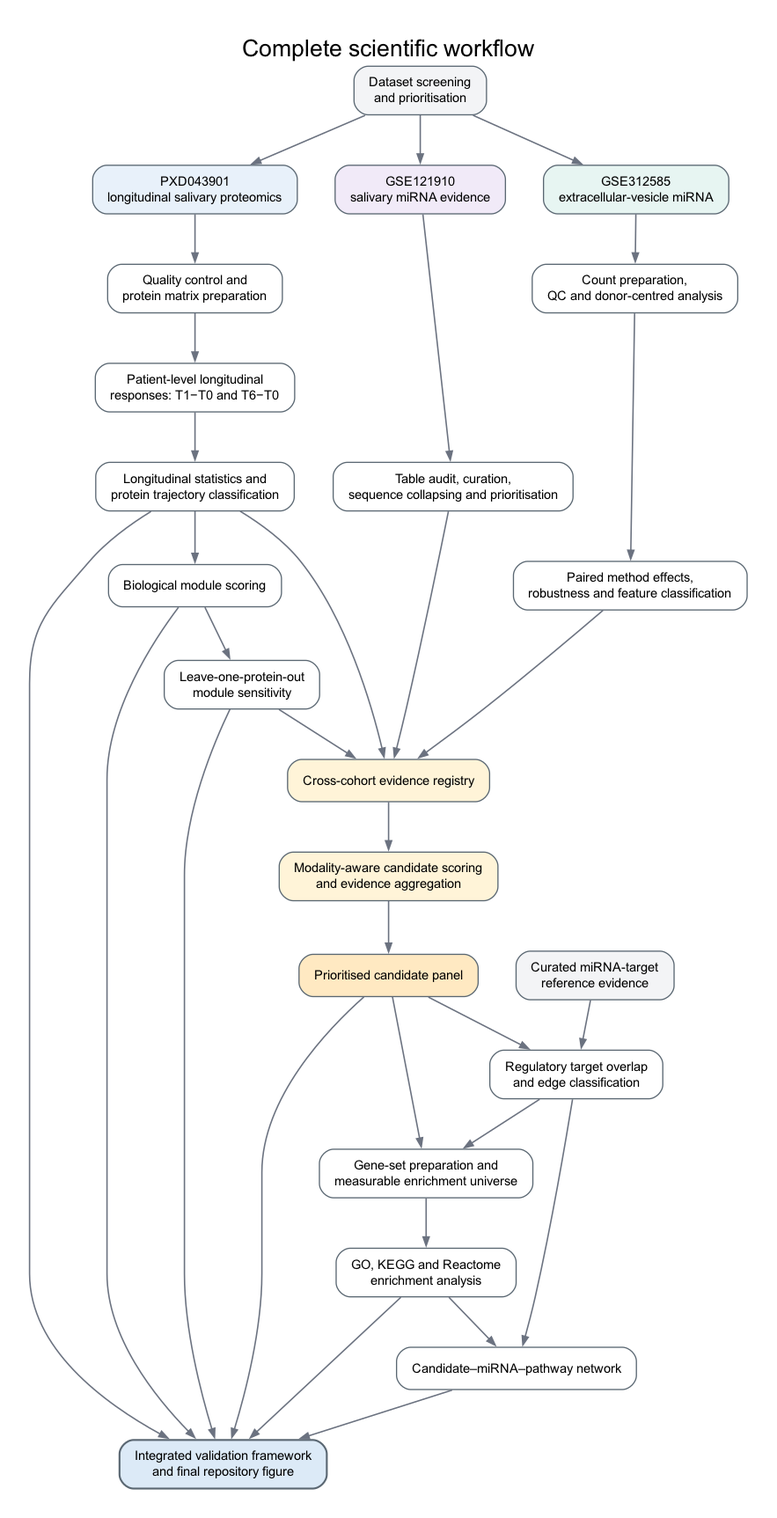
agnjuh/periodontitis_saliva_signature_validation keeps this Graphviz diagram as docs/workflows/full_project_workflow.png. Above is the earlier version. Its source is kept beside it as docs/workflows/full_project_workflow.dot. The source it was exported from:
```dot
digraph full_project_workflow {

    graph [
        rankdir=TB,
        bgcolor="white",
        pad=0.35,
        nodesep=0.45,
        ranksep=0.60,
        fontname="Arial",
        label="Complete scientific workflow",
        labelloc="t",
        fontsize=20
    ];

    node [
        shape=box,
        style="rounded,filled",
        fillcolor="white",
        color="#5A6772",
        fontname="Arial",
        fontsize=11,
        margin="0.18,0.10"
    ];

    edge [
        color="#6B7280",
        arrowsize=0.75,
        penwidth=1.2
    ];

    screening [
        label="Dataset screening\nand prioritisation",
        fillcolor="#F3F4F6"
    ];

    pxd [
        label="PXD043901\nlongitudinal salivary proteomics",
        fillcolor="#E8F1FA"
    ];

    pxd_qc [
        label="Quality control and\nprotein matrix preparation"
    ];

    pxd_response [
        label="Patient-level longitudinal\nresponses: T1−T0 and T6−T0"
    ];

    pxd_stats [
        label="Longitudinal statistics and\nprotein trajectory classification"
    ];

    pxd_modules [
        label="Biological module scoring"
    ];

    pxd_loo [
        label="Leave-one-protein-out\nmodule sensitivity"
    ];

    gse121 [
        label="GSE121910\nsalivary miRNA evidence",
        fillcolor="#F1EAF8"
    ];

    gse121_process [
        label="Table audit, curation,\nsequence collapsing and prioritisation"
    ];

    gse312 [
        label="GSE312585\nextracellular-vesicle miRNA",
        fillcolor="#E7F5F2"
    ];

    gse312_qc [
        label="Count preparation,\nQC and donor-centred analysis"
    ];

    gse312_effects [
        label="Paired method effects,\nrobustness and feature classification"
    ];

    registry [
        label="Cross-cohort evidence registry",
        fillcolor="#FFF4D8"
    ];

    scoring [
        label="Modality-aware candidate scoring\nand evidence aggregation",
        fillcolor="#FFF4D8"
    ];

    candidates [
        label="Prioritised candidate panel",
        fillcolor="#FFE9C2"
    ];

    reference [
        label="Curated miRNA-target\nreference evidence",
        fillcolor="#F3F4F6"
    ];

    regulatory [
        label="Regulatory target overlap\nand edge classification"
    ];

    genesets [
        label="Gene-set preparation and\nmeasurable enrichment universe"
    ];

    enrichment [
        label="GO, KEGG and Reactome\nenrichment analysis"
    ];

    network [
        label="Candidate–miRNA–pathway network"
    ];

    finalfigure [
        label="Integrated validation framework\nand final repository figure",
        fillcolor="#DCEAF7",
        penwidth=1.6
    ];

    screening -> pxd;
    screening -> gse121;
    screening -> gse312;

    pxd -> pxd_qc;
    pxd_qc -> pxd_response;
    pxd_response -> pxd_stats;
    pxd_stats -> pxd_modules;
    pxd_modules -> pxd_loo;

    gse121 -> gse121_process;

    gse312 -> gse312_qc;
    gse312_qc -> gse312_effects;

    pxd_stats -> registry;
    pxd_loo -> registry;
    gse121_process -> registry;
    gse312_effects -> registry;

    registry -> scoring;
    scoring -> candidates;

    candidates -> regulatory;
    reference -> regulatory;

    candidates -> genesets;
    regulatory -> genesets;

    genesets -> enrichment;
    regulatory -> network;
    enrichment -> network;

    pxd_stats -> finalfigure;
    pxd_modules -> finalfigure;
    pxd_loo -> finalfigure;
    candidates -> finalfigure;
    enrichment -> finalfigure;
    network -> finalfigure;
}
```
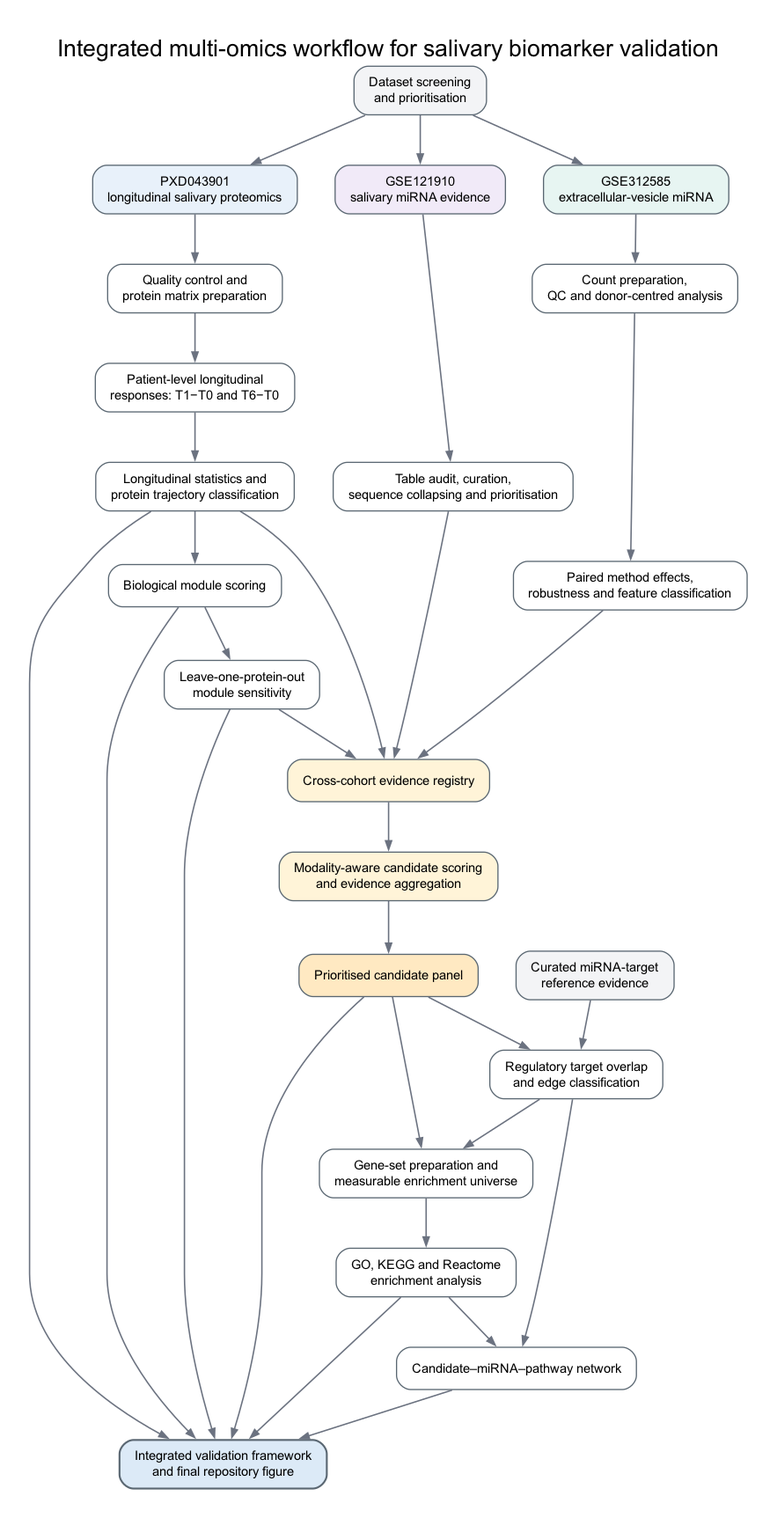
The same file after the commit.

Commit message:
Add updated workflow figure

Diff of the diagram source:
```diff
@@ -7,7 +7,7 @@
         nodesep=0.45,
         ranksep=0.60,
         fontname="Arial",
-        label="Complete scientific workflow",
+        label="Integrated multi-omics workflow for salivary biomarker validation",
         labelloc="t",
         fontsize=20
     ];
```
